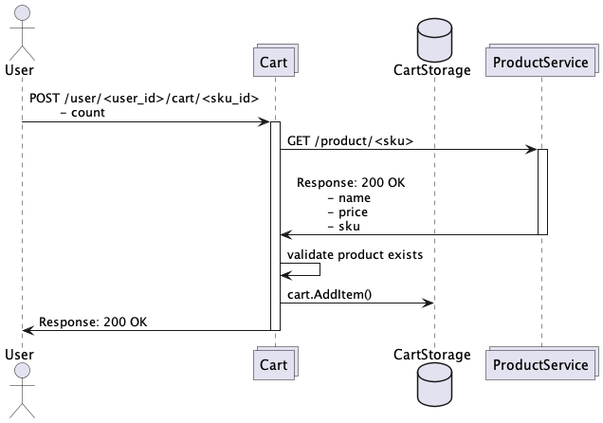
Above: docs/homework-1/img/cart-cart-item-add.png in DimaSidorenko/logistics-platform (PlantUML), before the change. Its source is kept beside it as docs/homework-1/img/cart-cart-item-add.plantuml. The source it was exported from:
```plantuml
@startuml

actor User as u
collections Cart as c
database CartStorage as cs
collections ProductService as p

u -> c : POST /user/<user_id>/cart/<sku_id>\n\t- count
activate c

c -> p : GET /product/<sku>
activate p
  p -> c : \nResponse: 200 OK\n\t- name\n\t- price\n\t- sku
deactivate p
c -> c : validate product exists
c -> cs : cart.AddItem()
c -> u : Response: 200 OK

deactivate c

@enduml
```
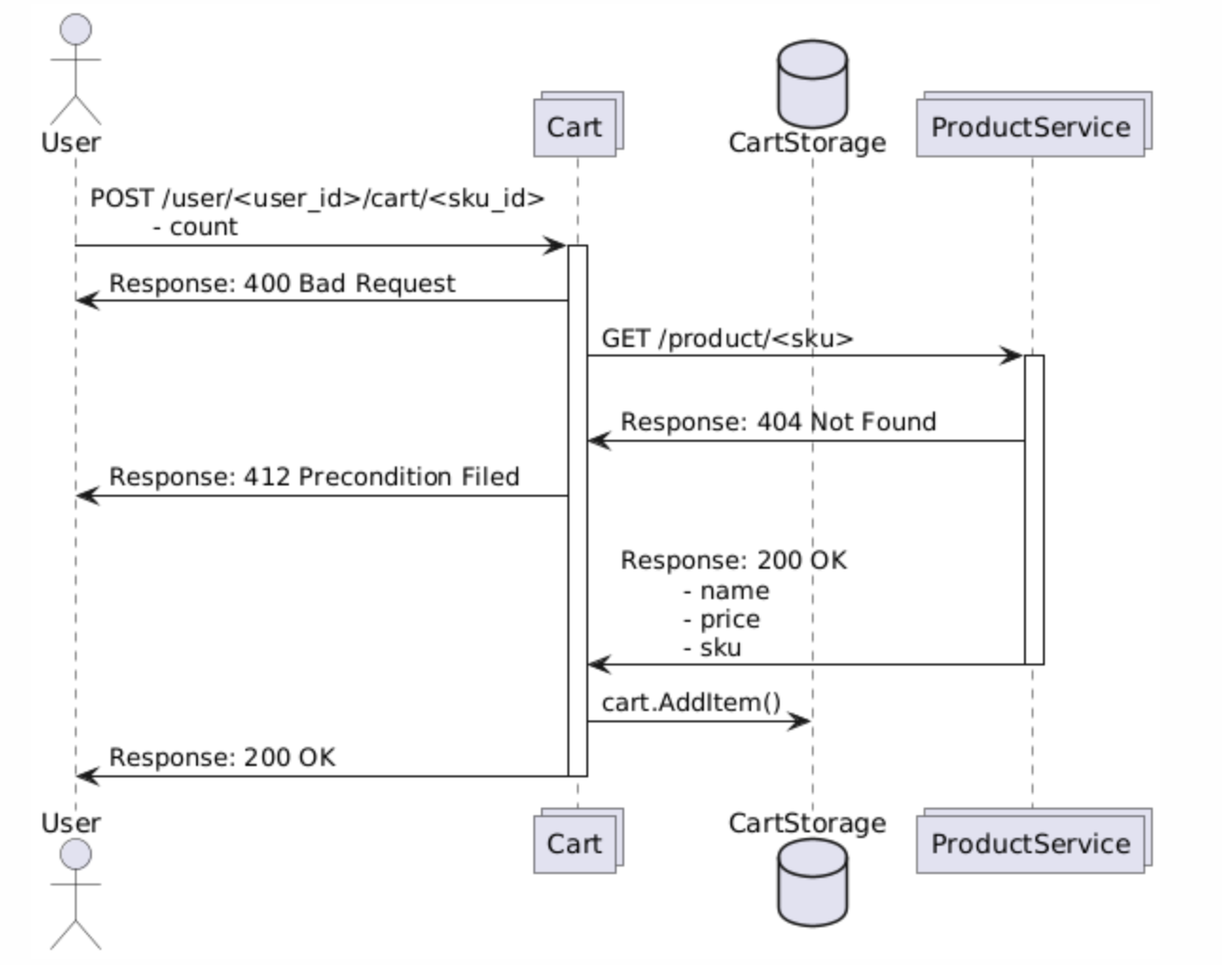
The same diagram one commit later.

Change to the diagram source:
```diff
@@ -1,5 +1,4 @@
 @startuml
-
 actor User as u
 collections Cart as c
 database CartStorage as cs
@@ -8,14 +7,17 @@
 u -> c : POST /user/<user_id>/cart/<sku_id>\n\t- count
 activate c
 
+c -> u : Response: 400 Bad Request
+
 c -> p : GET /product/<sku>
 activate p
+  p -> c : \nResponse: 404 Not Found
+  c -> u : Response: 412 Precondition Filed
+
+
   p -> c : \nResponse: 200 OK\n\t- name\n\t- price\n\t- sku
 deactivate p
-c -> c : validate product exists
 c -> cs : cart.AddItem()
 c -> u : Response: 200 OK
-
 deactivate c
-
 @enduml
```
